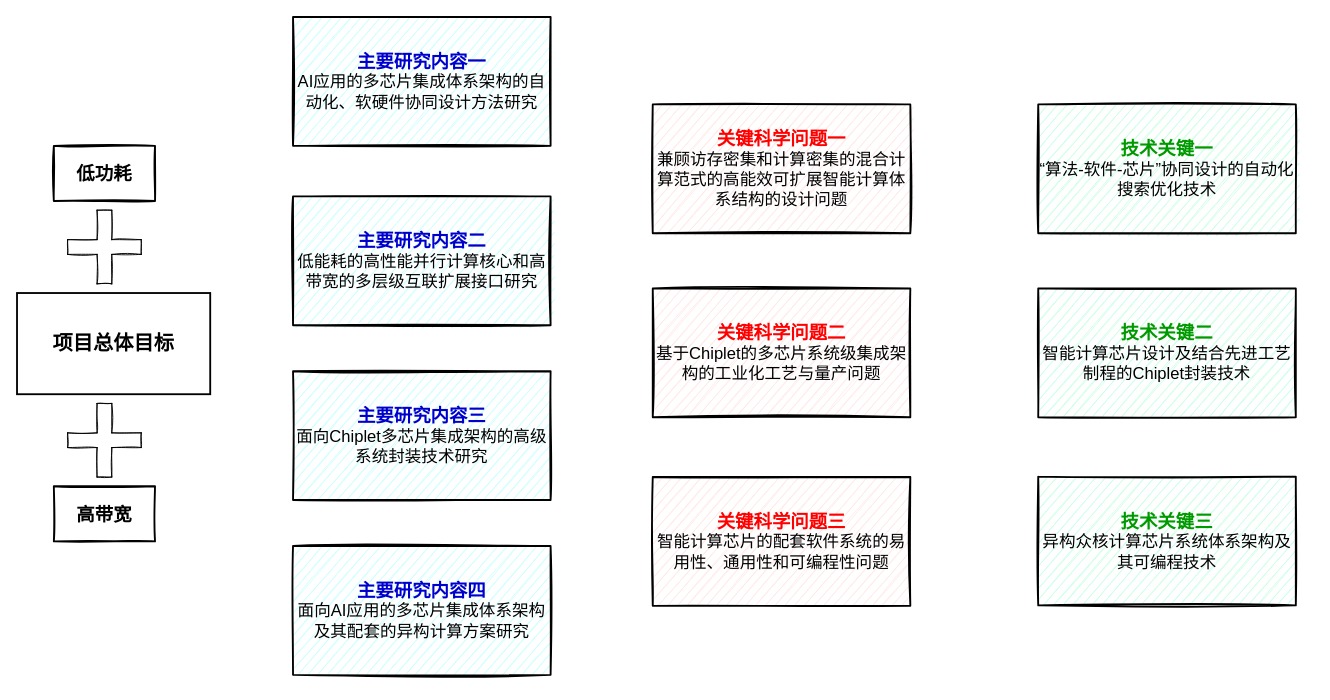
The draw.io diagram page "Actor_OA" (3 of 3) of ir_bytecode_runtime.drawio in Tianyu9748/hello-world, before the edit. Source tidied: cells renumbered, new cells numbered last; positions are measured from the earlier drawing's top-left corner, leaving out a move shared by most shapes. Both pictures are drawn from the tidied source at 92%, with x=0, y=0 at pixel (17, 17).
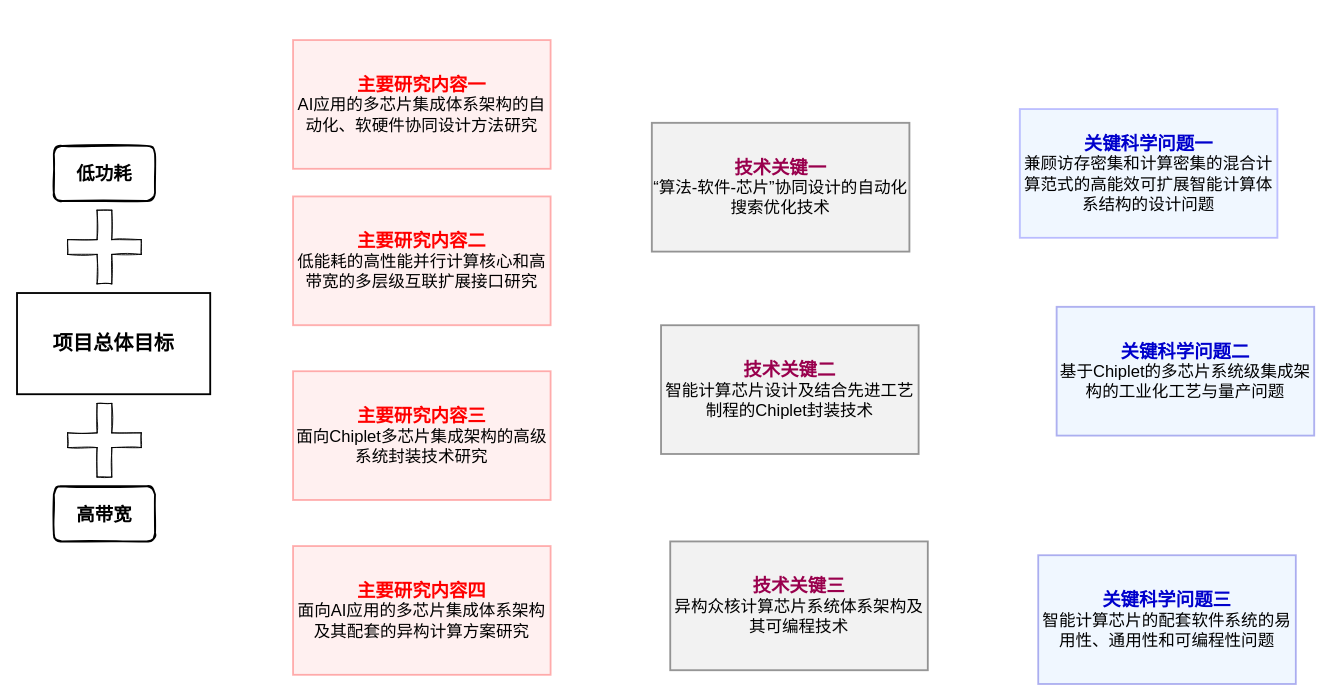
Above is the later version.

Change to the diagram source:
```diff
@@
 <mxGraphModel>
   <root>
     <mxCell id="0" />
     <mxCell id="1" parent="0" />
-    <mxCell id="2" value="&lt;font face=&quot;宋体&quot; style=&quot;font-size: 22px;&quot;&gt;项目总体目标&lt;/font&gt;" style="rounded=0;whiteSpace=wrap;html=1;sketch=0;strokeWidth=2;perimeterSpacing=1;fontStyle=1;" parent="1" vertex="1">
+    <mxCell id="2" value="&lt;font face=&quot;宋体&quot; style=&quot;font-size: 22px;&quot;&gt;项目总体目标&lt;/font&gt;" style="rounded=0;whiteSpace=wrap;html=1;sketch=0;strokeWidth=2;perimeterSpacing=1;fontStyle=1;fillColor=#FFFFFF;" parent="1" vertex="1">
       <mxGeometry y="300" width="210" height="110" as="geometry" />
     </mxCell>
-    <mxCell id="3" value="&lt;font face=&quot;宋体&quot; style=&quot;font-size: 20px;&quot;&gt;高带宽&lt;/font&gt;" style="rounded=0;whiteSpace=wrap;html=1;sketch=1;strokeWidth=2;perimeterSpacing=1;fontStyle=1;" parent="1" vertex="1">
+    <mxCell id="3" value="&lt;font face=&quot;黑体&quot; style=&quot;font-size: 20px;&quot;&gt;高带宽&lt;/font&gt;" style="rounded=1;whiteSpace=wrap;html=1;sketch=1;strokeWidth=2;perimeterSpacing=1;fontStyle=1;fillColor=#FFFFFF;" parent="1" vertex="1">
       <mxGeometry x="40" y="510" width="110" height="60" as="geometry" />
     </mxCell>
     <mxCell id="4" parent="0" />
-    <mxCell id="5" value="&lt;b style=&quot;font-family: 宋体; font-size: 20px;&quot;&gt;&lt;font color=&quot;#ff0000&quot;&gt;关键科学问题三&lt;/font&gt;&lt;/b&gt;&lt;font face=&quot;宋体&quot;&gt;&lt;br style=&quot;&quot;&gt;智能计算芯片的配套软件系统的易用性、通用性和可编程性问题&lt;/font&gt;" style="whiteSpace=wrap;html=1;fontSize=18;rounded=0;gradientDirection=south;sketch=1;fillColor=#FFEAE8;strokeWidth=2;perimeterSpacing=1;" parent="4" vertex="1">
-      <mxGeometry x="691" y="500" width="280" height="140" as="geometry" />
+    <mxCell id="5" value="&lt;b style=&quot;font-family: 宋体; font-size: 20px;&quot;&gt;&lt;font color=&quot;#0000cc&quot;&gt;关键科学问题三&lt;/font&gt;&lt;/b&gt;&lt;br style=&quot;&quot;&gt;&lt;font face=&quot;黑体&quot;&gt;智能计算芯片的配套软件系统的易用性、通用性和可编程性问题&lt;/font&gt;" style="whiteSpace=wrap;html=1;fontSize=18;rounded=0;gradientDirection=south;sketch=0;fillColor=#CCE5FF;strokeWidth=2;perimeterSpacing=1;opacity=30;strokeColor=#0000CC;" parent="4" vertex="1">
+      <mxGeometry x="1110" y="585" width="280" height="140" as="geometry" />
     </mxCell>
-    <mxCell id="6" value="&lt;b style=&quot;color: rgb(0, 0, 204); font-family: 宋体; font-size: 20px;&quot;&gt;主要研究内容三&lt;/b&gt;&lt;font face=&quot;宋体&quot;&gt;&lt;br&gt;面向Chiplet多芯片集成架构的高级系统封装技术研究&lt;/font&gt;" style="whiteSpace=wrap;html=1;fontSize=18;rounded=0;sketch=1;fillColor=#CCFFFF;strokeWidth=2;perimeterSpacing=1;" parent="4" vertex="1">
+    <mxCell id="6" value="&lt;font face=&quot;黑体&quot;&gt;&lt;b style=&quot;font-size: 20px;&quot;&gt;&lt;font style=&quot;&quot; color=&quot;#ff0000&quot;&gt;主要研究内容三&lt;/font&gt;&lt;/b&gt;&lt;br&gt;面向Chiplet多芯片集成架构的高级系统封装技术研究&lt;/font&gt;" style="whiteSpace=wrap;html=1;fontSize=18;rounded=0;sketch=0;fillColor=#FFCCCC;strokeWidth=2;perimeterSpacing=1;opacity=30;strokeColor=#FF0000;" parent="4" vertex="1">
       <mxGeometry x="300" y="385" width="280" height="140" as="geometry" />
     </mxCell>
-    <mxCell id="7" value="&lt;font face=&quot;宋体&quot;&gt;&lt;b&gt;&lt;font color=&quot;#009900&quot; style=&quot;font-size: 20px;&quot;&gt;技术关键一&lt;/font&gt;&lt;br&gt;&lt;/b&gt;&lt;/font&gt;&lt;span style=&quot;background-color: initial; font-family: 宋体; text-indent: 28pt;&quot;&gt;“算法&lt;/span&gt;&lt;span style=&quot;background-color: initial; font-family: 宋体; text-indent: 28pt;&quot; lang=&quot;EN-US&quot;&gt;-&lt;/span&gt;&lt;span style=&quot;background-color: initial; font-family: 宋体; text-indent: 28pt;&quot;&gt;软件&lt;/span&gt;&lt;span style=&quot;background-color: initial; font-family: 宋体; text-indent: 28pt;&quot; lang=&quot;EN-US&quot;&gt;-&lt;/span&gt;&lt;span style=&quot;background-color: initial; font-family: 宋体; text-indent: 28pt;&quot;&gt;芯片”协同设计的自动化搜索优化技术&lt;/span&gt;&lt;font face=&quot;宋体&quot;&gt;&lt;br&gt;&lt;/font&gt;" style="whiteSpace=wrap;html=1;fontSize=18;rounded=0;strokeWidth=2;glass=0;shadow=0;sketch=1;fillColor=#CCFFE6;perimeterSpacing=1;" parent="4" vertex="1">
-      <mxGeometry x="1110" y="95" width="280" height="140" as="geometry" />
+    <mxCell id="7" value="&lt;font face=&quot;黑体&quot;&gt;&lt;b style=&quot;&quot;&gt;&lt;font color=&quot;#99004d&quot; style=&quot;font-size: 20px;&quot;&gt;技术关键一&lt;/font&gt;&lt;br&gt;&lt;/b&gt;&lt;span style=&quot;background-color: initial; text-indent: 28pt;&quot;&gt;“算法&lt;/span&gt;&lt;span style=&quot;background-color: initial; text-indent: 28pt;&quot; lang=&quot;EN-US&quot;&gt;-&lt;/span&gt;&lt;span style=&quot;background-color: initial; text-indent: 28pt;&quot;&gt;软件&lt;/span&gt;&lt;span style=&quot;background-color: initial; text-indent: 28pt;&quot; lang=&quot;EN-US&quot;&gt;-&lt;/span&gt;&lt;span style=&quot;background-color: initial; text-indent: 28pt;&quot;&gt;芯片”协同设计的自动化搜索优化技术&lt;/span&gt;&lt;/font&gt;&lt;font face=&quot;宋体&quot;&gt;&lt;br&gt;&lt;/font&gt;" style="whiteSpace=wrap;html=1;fontSize=18;rounded=0;strokeWidth=2;glass=0;shadow=0;sketch=0;fillColor=#E6E6E6;perimeterSpacing=1;opacity=50;strokeColor=#333333;" parent="4" vertex="1">
+      <mxGeometry x="690" y="115" width="280" height="140" as="geometry" />
     </mxCell>
-    <mxCell id="8" value="&lt;b style=&quot;font-family: 宋体;&quot;&gt;&lt;font style=&quot;font-size: 20px;&quot; color=&quot;#009900&quot;&gt;技术关键二&lt;/font&gt;&lt;/b&gt;&lt;br style=&quot;font-family: 宋体;&quot;&gt;&lt;span style=&quot;font-family: 宋体;&quot;&gt;智能计算芯片设计及结合先进工艺制程的Chiplet封装技术&lt;/span&gt;" style="whiteSpace=wrap;html=1;fontSize=18;rounded=0;strokeWidth=2;sketch=1;fillColor=#CCFFE6;perimeterSpacing=1;" parent="4" vertex="1">
-      <mxGeometry x="1110" y="295" width="280" height="140" as="geometry" />
+    <mxCell id="8" value="&lt;b style=&quot;font-family: 宋体;&quot;&gt;&lt;font color=&quot;#99004d&quot; style=&quot;font-size: 20px;&quot;&gt;技术关键二&lt;/font&gt;&lt;/b&gt;&lt;br style=&quot;font-family: 宋体;&quot;&gt;&lt;font face=&quot;黑体&quot;&gt;智能计算芯片设计及结合先进工艺制程的Chiplet封装技术&lt;/font&gt;" style="whiteSpace=wrap;html=1;fontSize=18;rounded=0;strokeWidth=2;sketch=0;fillColor=#E6E6E6;perimeterSpacing=1;opacity=50;strokeColor=#333333;" parent="4" vertex="1">
+      <mxGeometry x="700" y="335" width="280" height="140" as="geometry" />
     </mxCell>
-    <mxCell id="9" value="&lt;b style=&quot;color: rgb(0, 0, 204); font-family: 宋体; font-size: 20px;&quot;&gt;主要研究内容四&lt;/b&gt;&lt;font face=&quot;宋体&quot;&gt;&lt;br&gt;面向AI应用的多芯片集成体系架构及其配套的异构计算方案研究&lt;/font&gt;" style="whiteSpace=wrap;html=1;fontSize=18;rounded=0;sketch=1;fillColor=#CCFFFF;strokeWidth=2;perimeterSpacing=1;" parent="4" vertex="1">
+    <mxCell id="9" value="&lt;font face=&quot;黑体&quot;&gt;&lt;b style=&quot;font-size: 20px;&quot;&gt;&lt;font style=&quot;&quot; color=&quot;#ff0000&quot;&gt;主要研究内容四&lt;/font&gt;&lt;/b&gt;&lt;br&gt;面向AI应用的多芯片集成体系架构及其配套的异构计算方案研究&lt;/font&gt;" style="whiteSpace=wrap;html=1;fontSize=18;rounded=0;sketch=0;fillColor=#FFCCCC;strokeWidth=2;perimeterSpacing=1;opacity=30;strokeColor=#FF0000;" parent="4" vertex="1">
       <mxGeometry x="300" y="575" width="280" height="140" as="geometry" />
     </mxCell>
-    <mxCell id="10" value="&lt;font face=&quot;宋体&quot;&gt;&lt;font color=&quot;#0000cc&quot;&gt;&lt;font size=&quot;1&quot;&gt;&lt;b style=&quot;font-size: 20px;&quot;&gt;主要研究内容一&lt;/b&gt;&lt;/font&gt;&lt;br&gt;&lt;/font&gt;AI应用的多芯片集成体系架构的自动化、软硬件协同设计方法研究&lt;/font&gt;" style="whiteSpace=wrap;html=1;fontSize=18;rounded=0;sketch=1;fillColor=#CCFFFF;strokeWidth=2;perimeterSpacing=1;" parent="4" vertex="1">
-      <mxGeometry x="300" width="280" height="140" as="geometry" />
-    </mxCell>
-    <mxCell id="11" value="&lt;b style=&quot;color: rgb(0, 0, 204); font-family: 宋体; font-size: 20px;&quot;&gt;主要研究内容二&lt;/b&gt;&lt;br style=&quot;color: rgb(0, 0, 0); font-family: 宋体;&quot;&gt;&lt;span style=&quot;color: rgb(0, 0, 0); font-family: 宋体;&quot;&gt;低能耗的高性能并行计算核心和高带宽的多层级互联扩展接口研究&lt;/span&gt;" style="whiteSpace=wrap;html=1;fontSize=18;rounded=0;sketch=1;fillColor=#CCFFFF;strokeWidth=2;perimeterSpacing=1;" parent="4" vertex="1">
+    <mxCell id="11" value="&lt;font face=&quot;黑体&quot;&gt;&lt;b style=&quot;font-size: 20px;&quot;&gt;&lt;font style=&quot;&quot; color=&quot;#ff0000&quot;&gt;主要研究内容二&lt;/font&gt;&lt;/b&gt;&lt;br style=&quot;color: rgb(0, 0, 0);&quot;&gt;&lt;span style=&quot;color: rgb(0, 0, 0);&quot;&gt;低能耗的高性能并行计算核心和高带宽的多层级互联扩展接口研究&lt;/span&gt;&lt;/font&gt;" style="whiteSpace=wrap;html=1;fontSize=18;rounded=0;sketch=0;fillColor=#FFCCCC;strokeWidth=2;perimeterSpacing=1;opacity=30;strokeColor=#FF0000;" parent="4" vertex="1">
       <mxGeometry x="300" y="195" width="280" height="140" as="geometry" />
     </mxCell>
-    <mxCell id="12" value="&lt;b style=&quot;font-family: 宋体;&quot;&gt;&lt;font style=&quot;font-size: 20px;&quot; color=&quot;#009900&quot;&gt;技术关键三&lt;/font&gt;&lt;/b&gt;&lt;br style=&quot;font-family: 宋体;&quot;&gt;&lt;span style=&quot;font-family: 宋体;&quot;&gt;异构众核计算芯片系统体系架构及其可编程技术&lt;/span&gt;&lt;font face=&quot;宋体&quot; style=&quot;font-size: 18px;&quot;&gt;&lt;br&gt;&lt;/font&gt;" style="whiteSpace=wrap;html=1;fontSize=18;rounded=0;strokeWidth=2;sketch=1;fillColor=#CCFFE6;perimeterSpacing=1;" parent="4" vertex="1">
-      <mxGeometry x="1110" y="499.5" width="280" height="140" as="geometry" />
+    <mxCell id="12" value="&lt;font color=&quot;#99004d&quot;&gt;&lt;b style=&quot;font-family: 宋体;&quot;&gt;&lt;font style=&quot;font-size: 20px;&quot;&gt;技术关键三&lt;/font&gt;&lt;/b&gt;&lt;br style=&quot;font-family: 宋体;&quot;&gt;&lt;/font&gt;&lt;font face=&quot;黑体&quot;&gt;异构众核计算芯片系统体系架构及其可编程技术&lt;/font&gt;&lt;font face=&quot;宋体&quot; style=&quot;font-size: 18px;&quot;&gt;&lt;br&gt;&lt;/font&gt;" style="whiteSpace=wrap;html=1;fontSize=18;rounded=0;strokeWidth=2;sketch=0;fillColor=#E6E6E6;perimeterSpacing=1;opacity=50;strokeColor=#333333;" parent="4" vertex="1">
+      <mxGeometry x="710" y="570" width="280" height="140" as="geometry" />
     </mxCell>
-    <mxCell id="13" value="&lt;b style=&quot;font-family: 宋体; font-size: 20px;&quot;&gt;&lt;font color=&quot;#ff0000&quot;&gt;关键科学问题二&lt;/font&gt;&lt;/b&gt;&lt;font face=&quot;宋体&quot;&gt;&lt;br style=&quot;&quot;&gt;基于&lt;span style=&quot;&quot; lang=&quot;EN-US&quot;&gt;Chiplet&lt;/span&gt;的多芯片系统级集成架构的工业化工艺与量产问题&lt;/font&gt;" style="whiteSpace=wrap;html=1;fontSize=18;rounded=0;gradientDirection=south;sketch=1;fillColor=#FFEAE8;strokeWidth=2;perimeterSpacing=1;" parent="4" vertex="1">
-      <mxGeometry x="691" y="295" width="280" height="140" as="geometry" />
+    <mxCell id="13" value="&lt;b style=&quot;font-family: 宋体; font-size: 20px;&quot;&gt;&lt;font color=&quot;#0000cc&quot;&gt;关键科学问题二&lt;/font&gt;&lt;/b&gt;&lt;br style=&quot;&quot;&gt;&lt;font face=&quot;黑体&quot;&gt;基于&lt;span style=&quot;&quot; lang=&quot;EN-US&quot;&gt;Chiplet&lt;/span&gt;的多芯片系统级集成架构的工业化工艺与量产问题&lt;/font&gt;" style="whiteSpace=wrap;html=1;fontSize=18;rounded=0;gradientDirection=south;sketch=0;fillColor=#CCE5FF;strokeWidth=2;perimeterSpacing=1;opacity=30;strokeColor=#0000CC;" parent="4" vertex="1">
+      <mxGeometry x="1130" y="315" width="280" height="140" as="geometry" />
     </mxCell>
-    <mxCell id="14" value="&lt;font face=&quot;宋体&quot; style=&quot;&quot;&gt;&lt;font color=&quot;#ff0000&quot; size=&quot;1&quot; style=&quot;&quot;&gt;&lt;b style=&quot;font-size: 20px;&quot;&gt;关键科学问题一&lt;/b&gt;&lt;/font&gt;&lt;br&gt;兼顾访存密集和计算密集的混合计算范式的高能效可扩展智能计算体系结构的设计问题&lt;/font&gt;" style="whiteSpace=wrap;html=1;fontSize=18;rounded=0;gradientDirection=south;sketch=1;fillColor=#FFEAE8;strokeWidth=2;perimeterSpacing=1;" parent="4" vertex="1">
-      <mxGeometry x="691" y="95" width="280" height="140" as="geometry" />
+    <mxCell id="14" value="&lt;font color=&quot;#0000cc&quot; size=&quot;1&quot; style=&quot;font-family: 宋体;&quot;&gt;&lt;b style=&quot;font-size: 20px;&quot;&gt;关键科学问题一&lt;/b&gt;&lt;/font&gt;&lt;br&gt;&lt;font face=&quot;黑体&quot;&gt;兼顾访存密集和计算密集的混合计算范式的高能效可扩展智能计算体系结构的设计问题&lt;/font&gt;" style="whiteSpace=wrap;html=1;fontSize=18;rounded=0;gradientDirection=south;sketch=0;fillColor=#CCE5FF;strokeWidth=2;perimeterSpacing=1;fixDash=0;opacity=30;strokeColor=#3333FF;" parent="4" vertex="1">
+      <mxGeometry x="1090" y="100" width="280" height="140" as="geometry" />
     </mxCell>
-    <mxCell id="15" value="&lt;font face=&quot;宋体&quot; style=&quot;font-size: 20px;&quot;&gt;低功耗&lt;/font&gt;" style="rounded=0;whiteSpace=wrap;html=1;sketch=1;strokeWidth=2;perimeterSpacing=1;fontStyle=1;" parent="4" vertex="1">
+    <mxCell id="15" value="&lt;font face=&quot;黑体&quot; style=&quot;font-size: 20px;&quot;&gt;低功耗&lt;/font&gt;" style="rounded=1;whiteSpace=wrap;html=1;sketch=1;strokeWidth=2;perimeterSpacing=1;fontStyle=1;fillColor=#FFFFFF;" parent="4" vertex="1">
       <mxGeometry x="40" y="140" width="110" height="60" as="geometry" />
     </mxCell>
     <mxCell id="16" style="shape=cross;whiteSpace=wrap;html=1;rounded=0;sketch=1;fontFamily=Helvetica;fontSize=20;fontColor=#009900;strokeColor=default;fillColor=default;gradientDirection=south;" parent="4" vertex="1">
       <mxGeometry x="55" y="420" width="80" height="80" as="geometry" />
     </mxCell>
     <mxCell id="17" style="shape=cross;whiteSpace=wrap;html=1;rounded=0;sketch=1;fontFamily=Helvetica;fontSize=20;fontColor=#009900;strokeColor=default;fillColor=default;gradientDirection=south;" parent="4" vertex="1">
       <mxGeometry x="55" y="210" width="80" height="80" as="geometry" />
     </mxCell>
+    <mxCell id="10" value="&lt;font face=&quot;黑体&quot;&gt;&lt;b style=&quot;font-size: 20px;&quot;&gt;&lt;font color=&quot;#ff0000&quot; style=&quot;&quot;&gt;主要研究内容一&lt;br&gt;&lt;/font&gt;&lt;/b&gt;AI应用的多芯片集成体系架构的自动化、软硬件协同设计方法研究&lt;/font&gt;" style="whiteSpace=wrap;html=1;fontSize=18;rounded=0;sketch=0;fillColor=#FFCCCC;strokeWidth=2;perimeterSpacing=1;opacity=30;strokeColor=#FF0000;" parent="4" vertex="1">
+      <mxGeometry x="300" y="25" width="280" height="140" as="geometry" />
+    </mxCell>
   </root>
 </mxGraphModel>
```
